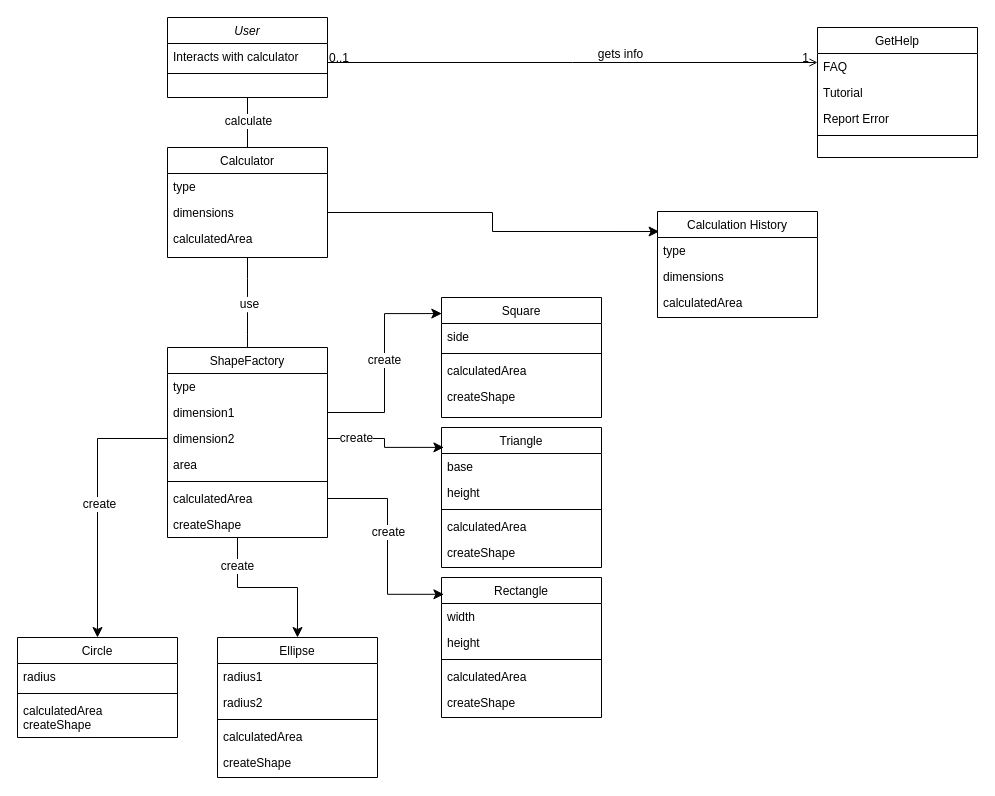
Above: diagrams/Class Diagram.drawio in gelaws-hub/ta-rplbk (draw.io), before the change. Source tidied: cells renumbered, new cells numbered last; positions are measured from the earlier drawing's top-left corner, leaving out a move shared by most shapes. Both pictures are drawn from the tidied source at 100%, with x=0, y=0 at pixel (17, 17).
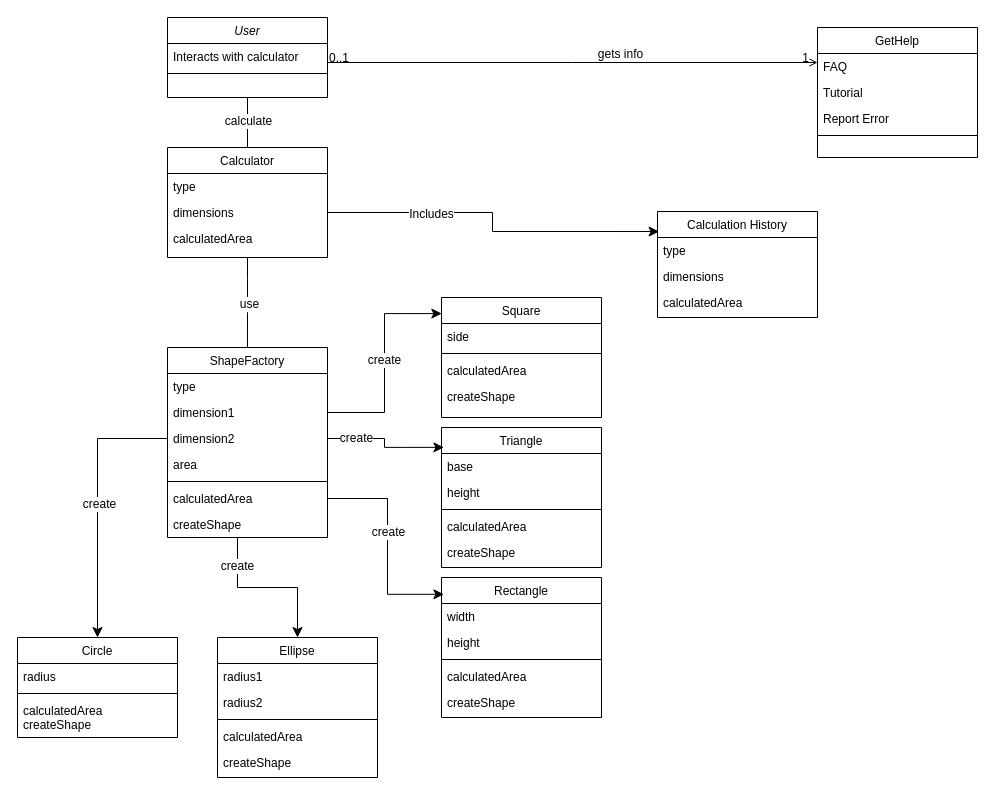
After the change.

Unchanged cells that the change refers to:
```xml
<mxCell id="71" style="edgeStyle=orthogonalEdgeStyle;rounded=0;jettySize=auto;html=1;entryX=0.01;entryY=0.189;entryDx=0;entryDy=0;entryPerimeter=0;fontSize=12;startSize=8;endSize=8;" parent="1" edge="1" source="7" target="67">
  <mxGeometry relative="1" as="geometry" />
</mxCell>
```

Diff of the diagram source:
```diff
@@
+    <mxCell id="72" value="Includes" style="edgeLabel;html=1;align=center;verticalAlign=middle;fontSize=12;" parent="71" vertex="1">
+      <mxGeometry x="-0.41" y="-1" relative="1" as="geometry" />
+    </mxCell>
```
